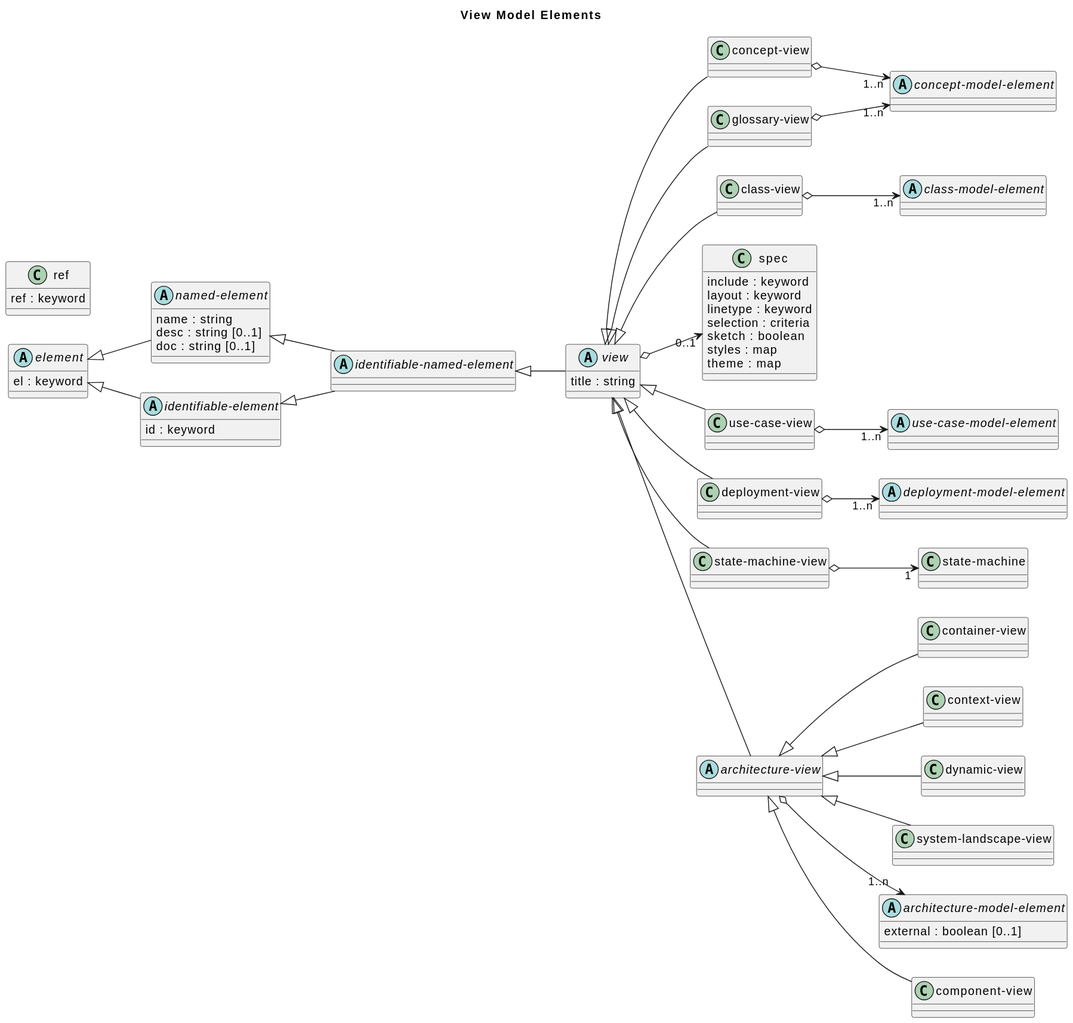
The PlantUML diagram doc/images/overarch/data-model/view-model-elements.svg in soulspace-org/overarch, before a commit.
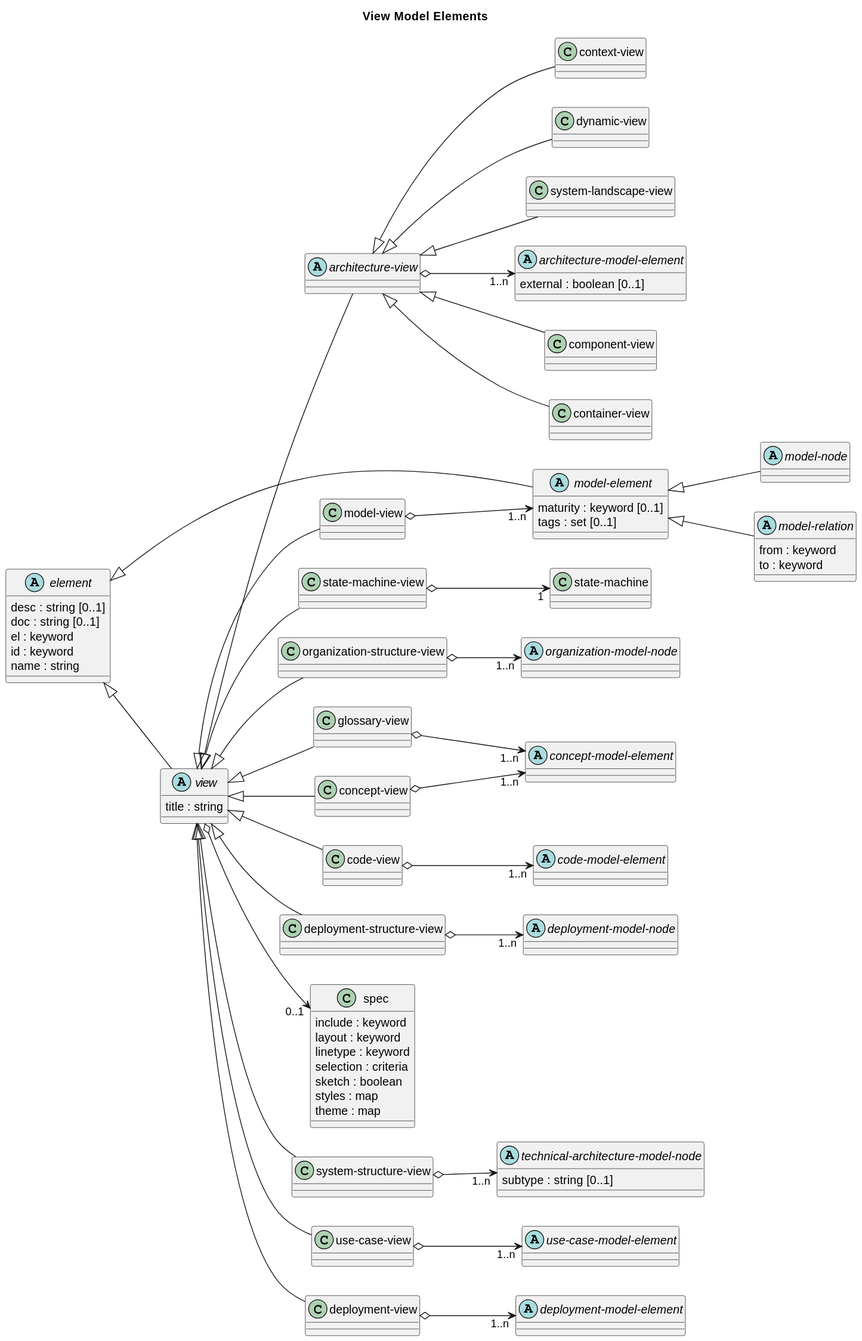
The same file after the commit.

Commit message:
updated data-model diagrams

What changed in the source:
```diff
@@ -1,18 +1,26 @@
 @startuml
 left to right direction
+
 
 
 title View Model Elements
 
 class "concept-view" as overarch_dataModel_conceptView {}
 class "state-machine" as overarch_dataModel_stateMachine {}
-abstract class "identifiable-named-element" as overarch_dataModel_identifiableNamedElement {}
 abstract class "concept-model-element" as overarch_dataModel_conceptModelElement {}
-class "class-view" as overarch_dataModel_classView {}
 abstract class "element" as overarch_dataModel_element {
+  desc : string [0..1]
+  doc : string [0..1]
   el : keyword
+  id : keyword
+  name : string
 }
+class "model-view" as overarch_dataModel_modelView {}
 class "glossary-view" as overarch_dataModel_glossaryView {}
+abstract class "technical-architecture-model-node" as overarch_dataModel_technicalArchitectureModelNode {
+  subtype : string [0..1]
+}
+class "deployment-structure-view" as overarch_dataModel_deploymentStructureView {}
 class "container-view" as overarch_dataModel_containerView {}
 class "spec" as overarch_dataModel_renderingSpec {
   include : keyword
@@ -23,57 +31,67 @@
   styles : map
   theme : map
 }
+class "system-structure-view" as overarch_dataModel_systemStructureView {}
+abstract class "deployment-model-node" as overarch_dataModel_deploymentModelNode {}
 class "context-view" as overarch_dataModel_contextView {}
 class "dynamic-view" as overarch_dataModel_dynamicView {}
 class "use-case-view" as overarch_dataModel_useCaseView {}
-abstract class "named-element" as overarch_dataModel_namedElement {
-  name : string
-  desc : string [0..1]
-  doc : string [0..1]
-}
 class "deployment-view" as overarch_dataModel_deploymentView {}
+abstract class "model-node" as overarch_dataModel_modelNode {}
 abstract class "view" as overarch_dataModel_view {
   title : string
 }
-abstract class "class-model-element" as overarch_dataModel_classModelElement {}
 class "system-landscape-view" as overarch_dataModel_systemLandscapeView {}
+abstract class "model-relation" as overarch_dataModel_modelRelation {
+  from : keyword
+  to : keyword
+}
 class "state-machine-view" as overarch_dataModel_stateMachineView {}
-abstract class "identifiable-element" as overarch_dataModel_identifiableElement {
-  id : keyword
-}
+class "organization-structure-view" as overarch_dataModel_organizationStructureView {}
+abstract class "deployment-model-element" as overarch_dataModel_deploymentModelElement {}
 abstract class "architecture-model-element" as overarch_dataModel_architectureModelElement {
   external : boolean [0..1]
+}
+abstract class "model-element" as overarch_dataModel_modelElement {
+  maturity : keyword [0..1]
+  tags : set [0..1]
 }
 abstract class "architecture-view" as overarch_dataModel_architectureView {}
 abstract class "use-case-model-element" as overarch_dataModel_useCaseModelElement {}
 class "component-view" as overarch_dataModel_componentView {}
-class "ref" as overarch_dataModel_ref {
-  ref : keyword
-}
-abstract class "deployment-model-element" as overarch_dataModel_deploymentModelElement {}
-overarch_dataModel_element <|-- overarch_dataModel_identifiableElement
-overarch_dataModel_element <|-- overarch_dataModel_namedElement
-overarch_dataModel_identifiableElement <|-- overarch_dataModel_identifiableNamedElement
-overarch_dataModel_namedElement <|-- overarch_dataModel_identifiableNamedElement
-overarch_dataModel_identifiableNamedElement <|-- overarch_dataModel_view
-overarch_dataModel_view o-->  "0..1" overarch_dataModel_renderingSpec
-overarch_dataModel_view <|-- overarch_dataModel_architectureView
-overarch_dataModel_architectureView o-->  "1..n" overarch_dataModel_architectureModelElement
+class "code-view" as overarch_dataModel_codeView {}
+abstract class "code-model-element" as overarch_dataModel_codeModelElement {}
+abstract class "organization-model-node" as overarch_dataModel_organizationModelNode {}
+overarch_dataModel_codeView o-->  "1..n" overarch_dataModel_codeModelElement
+overarch_dataModel_architectureView <|-- overarch_dataModel_dynamicView
+overarch_dataModel_element <|-- overarch_dataModel_modelElement
+overarch_dataModel_view <|-- overarch_dataModel_systemStructureView
 overarch_dataModel_architectureView <|-- overarch_dataModel_systemLandscapeView
-overarch_dataModel_architectureView <|-- overarch_dataModel_contextView
+overarch_dataModel_modelElement <|-- overarch_dataModel_modelNode
+overarch_dataModel_view <|-- overarch_dataModel_organizationStructureView
+overarch_dataModel_element <|-- overarch_dataModel_view
+overarch_dataModel_view <|-- overarch_dataModel_stateMachineView
+overarch_dataModel_view <|-- overarch_dataModel_deploymentView
+overarch_dataModel_conceptView o-->  "1..n" overarch_dataModel_conceptModelElement
 overarch_dataModel_architectureView <|-- overarch_dataModel_containerView
 overarch_dataModel_architectureView <|-- overarch_dataModel_componentView
-overarch_dataModel_architectureView <|-- overarch_dataModel_dynamicView
-overarch_dataModel_view <|-- overarch_dataModel_deploymentView
+overarch_dataModel_view <|-- overarch_dataModel_codeView
+overarch_dataModel_architectureView o-->  "1..n" overarch_dataModel_architectureModelElement
+overarch_dataModel_modelElement <|-- overarch_dataModel_modelRelation
+overarch_dataModel_organizationStructureView o-->  "1..n" overarch_dataModel_organizationModelNode
+overarch_dataModel_view <|-- overarch_dataModel_conceptView
+overarch_dataModel_view <|-- overarch_dataModel_useCaseView
+overarch_dataModel_systemStructureView o-->  "1..n" overarch_dataModel_technicalArchitectureModelNode
 overarch_dataModel_deploymentView o-->  "1..n" overarch_dataModel_deploymentModelElement
-overarch_dataModel_view <|-- overarch_dataModel_classView
-overarch_dataModel_classView o-->  "1..n" overarch_dataModel_classModelElement
-overarch_dataModel_view <|-- overarch_dataModel_stateMachineView
+overarch_dataModel_view <|-- overarch_dataModel_deploymentStructureView
+overarch_dataModel_modelView o-->  "1..n" overarch_dataModel_modelElement
 overarch_dataModel_stateMachineView o-->  "1" overarch_dataModel_stateMachine
-overarch_dataModel_view <|-- overarch_dataModel_useCaseView
+overarch_dataModel_view o-->  "0..1" overarch_dataModel_renderingSpec
+overarch_dataModel_view <|-- overarch_dataModel_glossaryView
+overarch_dataModel_deploymentStructureView o-->  "1..n" overarch_dataModel_deploymentModelNode
+overarch_dataModel_view <|-- overarch_dataModel_modelView
+overarch_dataModel_architectureView <|-- overarch_dataModel_contextView
+overarch_dataModel_glossaryView o-->  "1..n" overarch_dataModel_conceptModelElement
+overarch_dataModel_view <|-- overarch_dataModel_architectureView
 overarch_dataModel_useCaseView o-->  "1..n" overarch_dataModel_useCaseModelElement
-overarch_dataModel_view <|-- overarch_dataModel_conceptView
-overarch_dataModel_conceptView o-->  "1..n" overarch_dataModel_conceptModelElement
-overarch_dataModel_view <|-- overarch_dataModel_glossaryView
-overarch_dataModel_glossaryView o-->  "1..n" overarch_dataModel_conceptModelElement
 @enduml
```
